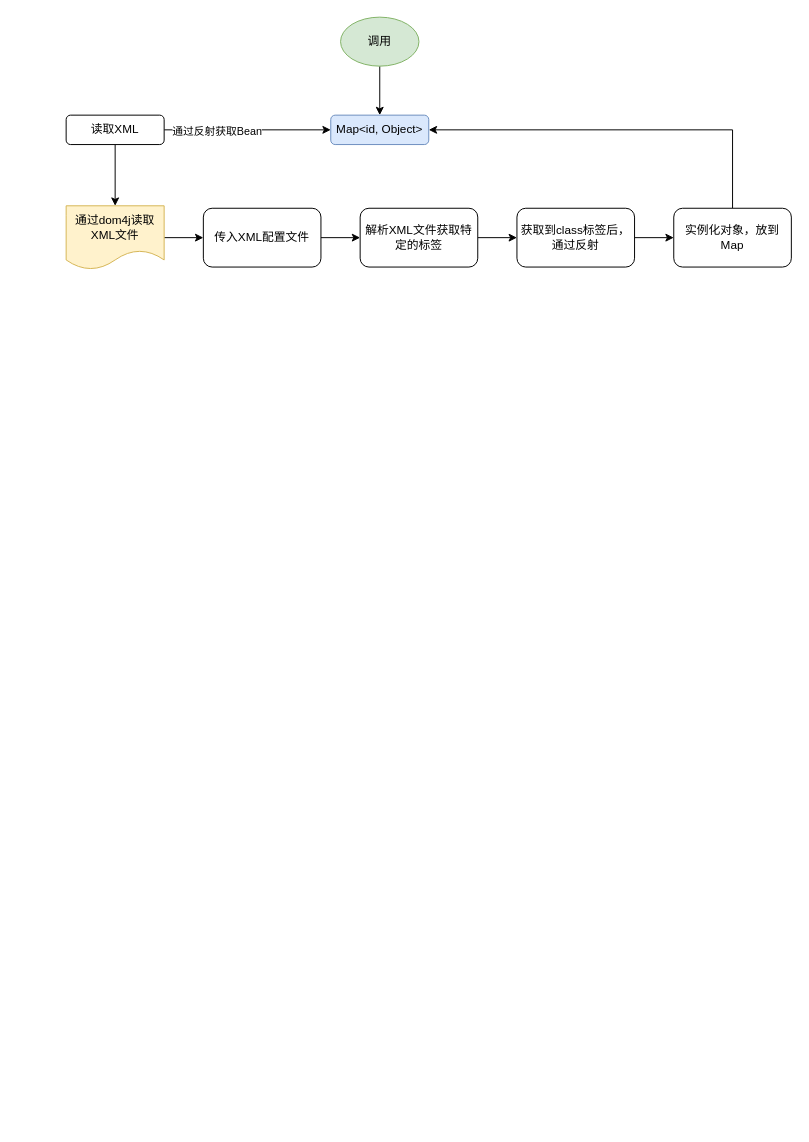
Above: learn-spring/spring.drawio in chasdream/Java_learning (draw.io), before the change. Source tidied: cells renumbered, new cells numbered last; positions are measured from the earlier drawing's top-left corner, leaving out a move shared by most shapes. Both pictures are drawn from the tidied source at 98%, with x=0, y=0 at pixel (66, 17).
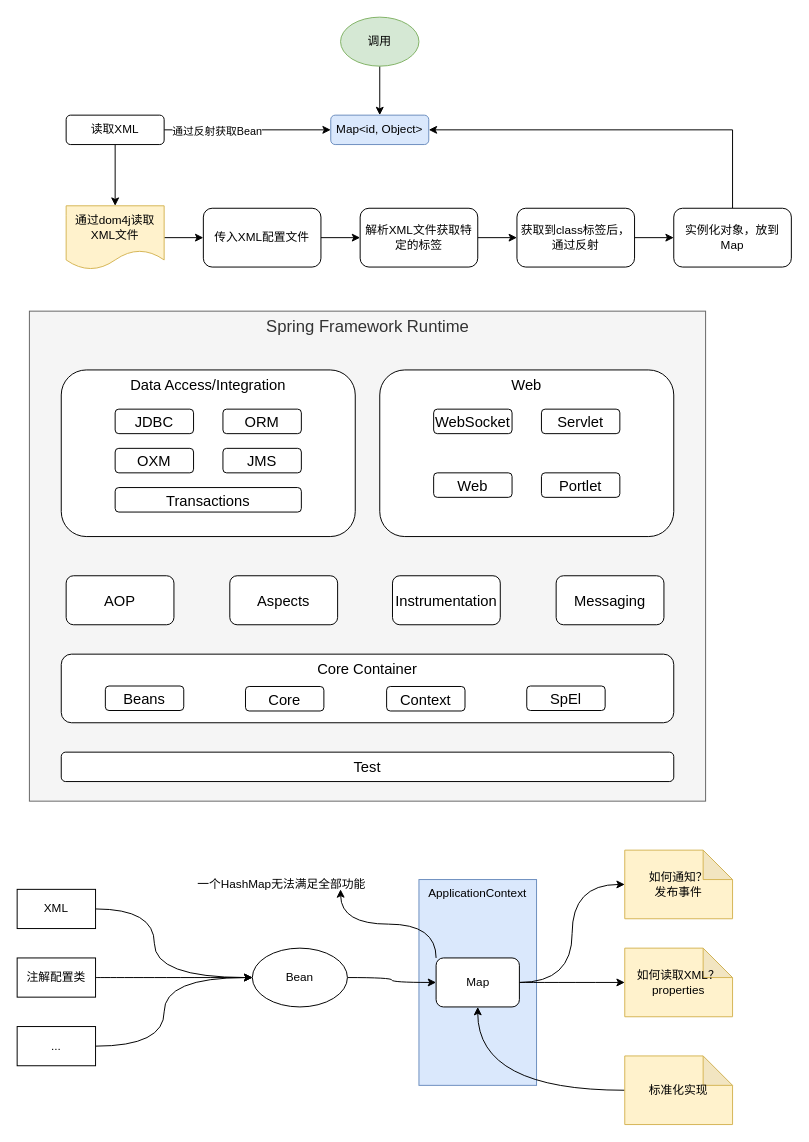
The same diagram, later.

Change to the diagram source:
```diff
@@
+    <mxCell id="19" value="ApplicationContext" style="rounded=0;whiteSpace=wrap;html=1;fontSize=12;verticalAlign=top;fillColor=#dae8fc;strokeColor=#6c8ebf;" parent="1" vertex="1">
+      <mxGeometry x="360" y="880" width="120" height="210" as="geometry" />
+    </mxCell>
+    <mxCell id="20" value="Spring Framework Runtime" style="rounded=0;whiteSpace=wrap;html=1;fontSize=17;verticalAlign=top;fillColor=#f5f5f5;fontColor=#333333;strokeColor=#666666;" parent="1" vertex="1">
+      <mxGeometry x="-37.5" y="300" width="690" height="500" as="geometry" />
+    </mxCell>
@@
+    <mxCell id="21" value="Data Access/Integration" style="rounded=1;whiteSpace=wrap;html=1;verticalAlign=top;fontSize=15;" parent="1" vertex="1">
+      <mxGeometry x="-5" y="360" width="300" height="170" as="geometry" />
+    </mxCell>
+    <mxCell id="22" value="JDBC" style="rounded=1;whiteSpace=wrap;html=1;fontSize=15;" parent="1" vertex="1">
+      <mxGeometry x="50" y="400" width="80" height="25" as="geometry" />
+    </mxCell>
+    <mxCell id="23" value="ORM" style="rounded=1;whiteSpace=wrap;html=1;fontSize=15;" parent="1" vertex="1">
+      <mxGeometry x="160" y="400" width="80" height="25" as="geometry" />
+    </mxCell>
+    <mxCell id="24" value="OXM" style="rounded=1;whiteSpace=wrap;html=1;fontSize=15;" parent="1" vertex="1">
+      <mxGeometry x="50" y="440" width="80" height="25" as="geometry" />
+    </mxCell>
+    <mxCell id="25" value="JMS" style="rounded=1;whiteSpace=wrap;html=1;fontSize=15;" parent="1" vertex="1">
+      <mxGeometry x="160" y="440" width="80" height="25" as="geometry" />
+    </mxCell>
+    <mxCell id="26" value="Transactions" style="rounded=1;whiteSpace=wrap;html=1;fontSize=15;" parent="1" vertex="1">
+      <mxGeometry x="50" y="480" width="190" height="25" as="geometry" />
+    </mxCell>
+    <mxCell id="27" value="Web" style="rounded=1;whiteSpace=wrap;html=1;verticalAlign=top;fontSize=15;" parent="1" vertex="1">
+      <mxGeometry x="320" y="360" width="300" height="170" as="geometry" />
+    </mxCell>
+    <mxCell id="28" value="WebSocket" style="rounded=1;whiteSpace=wrap;html=1;fontSize=15;" parent="1" vertex="1">
+      <mxGeometry x="375" y="400" width="80" height="25" as="geometry" />
+    </mxCell>
+    <mxCell id="29" value="Servlet" style="rounded=1;whiteSpace=wrap;html=1;fontSize=15;" parent="1" vertex="1">
+      <mxGeometry x="485" y="400" width="80" height="25" as="geometry" />
+    </mxCell>
+    <mxCell id="30" value="Web" style="rounded=1;whiteSpace=wrap;html=1;fontSize=15;" parent="1" vertex="1">
+      <mxGeometry x="375" y="465" width="80" height="25" as="geometry" />
+    </mxCell>
+    <mxCell id="31" value="Portlet" style="rounded=1;whiteSpace=wrap;html=1;fontSize=15;" parent="1" vertex="1">
+      <mxGeometry x="485" y="465" width="80" height="25" as="geometry" />
+    </mxCell>
+    <mxCell id="32" value="AOP" style="rounded=1;whiteSpace=wrap;html=1;fontSize=15;flipH=1;flipV=1;" parent="1" vertex="1">
+      <mxGeometry y="570" width="110" height="50" as="geometry" />
+    </mxCell>
+    <mxCell id="33" value="Aspects" style="rounded=1;whiteSpace=wrap;html=1;fontSize=15;flipH=1;flipV=1;" parent="1" vertex="1">
+      <mxGeometry x="167" y="570" width="110" height="50" as="geometry" />
+    </mxCell>
+    <mxCell id="34" value="Instrumentation" style="rounded=1;whiteSpace=wrap;html=1;fontSize=15;flipH=1;flipV=1;" parent="1" vertex="1">
+      <mxGeometry x="333" y="570" width="110" height="50" as="geometry" />
+    </mxCell>
+    <mxCell id="35" value="Messaging" style="rounded=1;whiteSpace=wrap;html=1;fontSize=15;flipH=1;flipV=1;" parent="1" vertex="1">
+      <mxGeometry x="500" y="570" width="110" height="50" as="geometry" />
+    </mxCell>
+    <mxCell id="36" value="Core Container" style="rounded=1;whiteSpace=wrap;html=1;fontSize=15;verticalAlign=top;" parent="1" vertex="1">
+      <mxGeometry x="-5" y="650" width="625" height="70" as="geometry" />
+    </mxCell>
+    <mxCell id="37" value="Beans" style="rounded=1;whiteSpace=wrap;html=1;fontSize=15;" parent="1" vertex="1">
+      <mxGeometry x="40" y="682.5" width="80" height="25" as="geometry" />
+    </mxCell>
+    <mxCell id="38" value="Core" style="rounded=1;whiteSpace=wrap;html=1;fontSize=15;" parent="1" vertex="1">
+      <mxGeometry x="183" y="683" width="80" height="25" as="geometry" />
+    </mxCell>
+    <mxCell id="39" value="Context" style="rounded=1;whiteSpace=wrap;html=1;fontSize=15;" parent="1" vertex="1">
+      <mxGeometry x="327" y="683" width="80" height="25" as="geometry" />
+    </mxCell>
+    <mxCell id="40" value="SpEl" style="rounded=1;whiteSpace=wrap;html=1;fontSize=15;" parent="1" vertex="1">
+      <mxGeometry x="470" y="682.5" width="80" height="25" as="geometry" />
+    </mxCell>
+    <mxCell id="41" value="Test" style="rounded=1;whiteSpace=wrap;html=1;fontSize=15;" parent="1" vertex="1">
+      <mxGeometry x="-5" y="750" width="625" height="30" as="geometry" />
+    </mxCell>
+    <mxCell id="42" style="edgeStyle=orthogonalEdgeStyle;curved=1;rounded=0;jettySize=auto;html=1;exitX=1;exitY=0.5;exitDx=0;exitDy=0;entryX=0;entryY=0.5;entryDx=0;entryDy=0;fontSize=12;" parent="1" edge="1" source="43" target="53">
+      <mxGeometry relative="1" as="geometry" />
+    </mxCell>
+    <mxCell id="43" value="Bean" style="ellipse;whiteSpace=wrap;html=1;fontSize=12;" parent="1" vertex="1">
+      <mxGeometry x="190" y="950" width="97" height="60" as="geometry" />
+    </mxCell>
+    <mxCell id="44" style="edgeStyle=orthogonalEdgeStyle;rounded=0;jettySize=auto;html=1;exitX=1;exitY=0.5;exitDx=0;exitDy=0;entryX=0;entryY=0.5;entryDx=0;entryDy=0;fontSize=12;curved=1;" parent="1" edge="1" source="45" target="43">
+      <mxGeometry relative="1" as="geometry">
+        <Array as="points">
+          <mxPoint x="90" y="910" />
+          <mxPoint x="90" y="980" />
+        </Array>
+      </mxGeometry>
+    </mxCell>
+    <mxCell id="45" value="XML" style="rounded=0;whiteSpace=wrap;html=1;fontSize=12;" parent="1" vertex="1">
+      <mxGeometry x="-50" y="890" width="80" height="40" as="geometry" />
+    </mxCell>
+    <mxCell id="46" style="edgeStyle=orthogonalEdgeStyle;curved=1;rounded=0;jettySize=auto;html=1;exitX=1;exitY=0.5;exitDx=0;exitDy=0;fontSize=12;entryX=0;entryY=0.5;entryDx=0;entryDy=0;" parent="1" edge="1" source="47" target="43">
+      <mxGeometry relative="1" as="geometry" />
+    </mxCell>
+    <mxCell id="47" value="注解配置类" style="rounded=0;whiteSpace=wrap;html=1;fontSize=12;" parent="1" vertex="1">
+      <mxGeometry x="-50" y="960" width="80" height="40" as="geometry" />
+    </mxCell>
+    <mxCell id="48" style="edgeStyle=orthogonalEdgeStyle;curved=1;rounded=0;jettySize=auto;html=1;exitX=1;exitY=0.5;exitDx=0;exitDy=0;fontSize=12;entryX=0;entryY=0.5;entryDx=0;entryDy=0;" parent="1" edge="1" source="49" target="43">
+      <mxGeometry relative="1" as="geometry">
+        <Array as="points">
+          <mxPoint x="100" y="1050" />
+          <mxPoint x="100" y="980" />
+        </Array>
+      </mxGeometry>
+    </mxCell>
+    <mxCell id="49" value="..." style="rounded=0;whiteSpace=wrap;html=1;fontSize=12;" parent="1" vertex="1">
+      <mxGeometry x="-50" y="1030" width="80" height="40" as="geometry" />
+    </mxCell>
+    <mxCell id="50" style="edgeStyle=orthogonalEdgeStyle;curved=1;rounded=0;jettySize=auto;html=1;exitX=1;exitY=0.5;exitDx=0;exitDy=0;entryX=0;entryY=0.5;entryDx=0;entryDy=0;entryPerimeter=0;fontSize=12;" parent="1" edge="1" source="53" target="54">
+      <mxGeometry relative="1" as="geometry" />
+    </mxCell>
+    <mxCell id="51" style="edgeStyle=orthogonalEdgeStyle;curved=1;rounded=0;jettySize=auto;html=1;exitX=1;exitY=0.5;exitDx=0;exitDy=0;entryX=0;entryY=0.5;entryDx=0;entryDy=0;entryPerimeter=0;fontSize=12;" parent="1" edge="1" source="53" target="55">
+      <mxGeometry relative="1" as="geometry" />
+    </mxCell>
+    <mxCell id="52" style="edgeStyle=orthogonalEdgeStyle;curved=1;rounded=0;jettySize=auto;html=1;exitX=0;exitY=0;exitDx=0;exitDy=0;fontSize=12;" parent="1" edge="1" source="53">
+      <mxGeometry relative="1" as="geometry">
+        <mxPoint x="280" y="890" as="targetPoint" />
+      </mxGeometry>
+    </mxCell>
+    <mxCell id="53" value="Map" style="rounded=1;whiteSpace=wrap;html=1;fontSize=12;" parent="1" vertex="1">
+      <mxGeometry x="377.5" y="960" width="85" height="50" as="geometry" />
+    </mxCell>
+    <mxCell id="54" value="如何通知？&lt;br&gt;发布事件" style="shape=note;whiteSpace=wrap;html=1;backgroundOutline=1;darkOpacity=0.05;fontSize=12;fillColor=#fff2cc;strokeColor=#d6b656;" parent="1" vertex="1">
+      <mxGeometry x="570" y="850" width="110" height="70" as="geometry" />
+    </mxCell>
+    <mxCell id="55" value="如何读取XML？&lt;br&gt;properties" style="shape=note;whiteSpace=wrap;html=1;backgroundOutline=1;darkOpacity=0.05;fontSize=12;fillColor=#fff2cc;strokeColor=#d6b656;" parent="1" vertex="1">
+      <mxGeometry x="570" y="950" width="110" height="70" as="geometry" />
+    </mxCell>
+    <mxCell id="56" style="edgeStyle=orthogonalEdgeStyle;curved=1;rounded=0;jettySize=auto;html=1;exitX=0;exitY=0.5;exitDx=0;exitDy=0;exitPerimeter=0;entryX=0.5;entryY=1;entryDx=0;entryDy=0;fontSize=12;" parent="1" edge="1" source="57" target="53">
+      <mxGeometry relative="1" as="geometry" />
+    </mxCell>
+    <mxCell id="57" value="标准化实现" style="shape=note;whiteSpace=wrap;html=1;backgroundOutline=1;darkOpacity=0.05;fontSize=12;fillColor=#fff2cc;strokeColor=#d6b656;" parent="1" vertex="1">
+      <mxGeometry x="570" y="1060" width="110" height="70" as="geometry" />
+    </mxCell>
+    <mxCell id="58" value="一个HashMap无法满足全部功能" style="text;html=1;strokeColor=none;fillColor=none;align=center;verticalAlign=middle;whiteSpace=wrap;rounded=0;fontSize=12;" parent="1" vertex="1">
+      <mxGeometry x="130" y="870" width="180" height="30" as="geometry" />
+    </mxCell>
```
